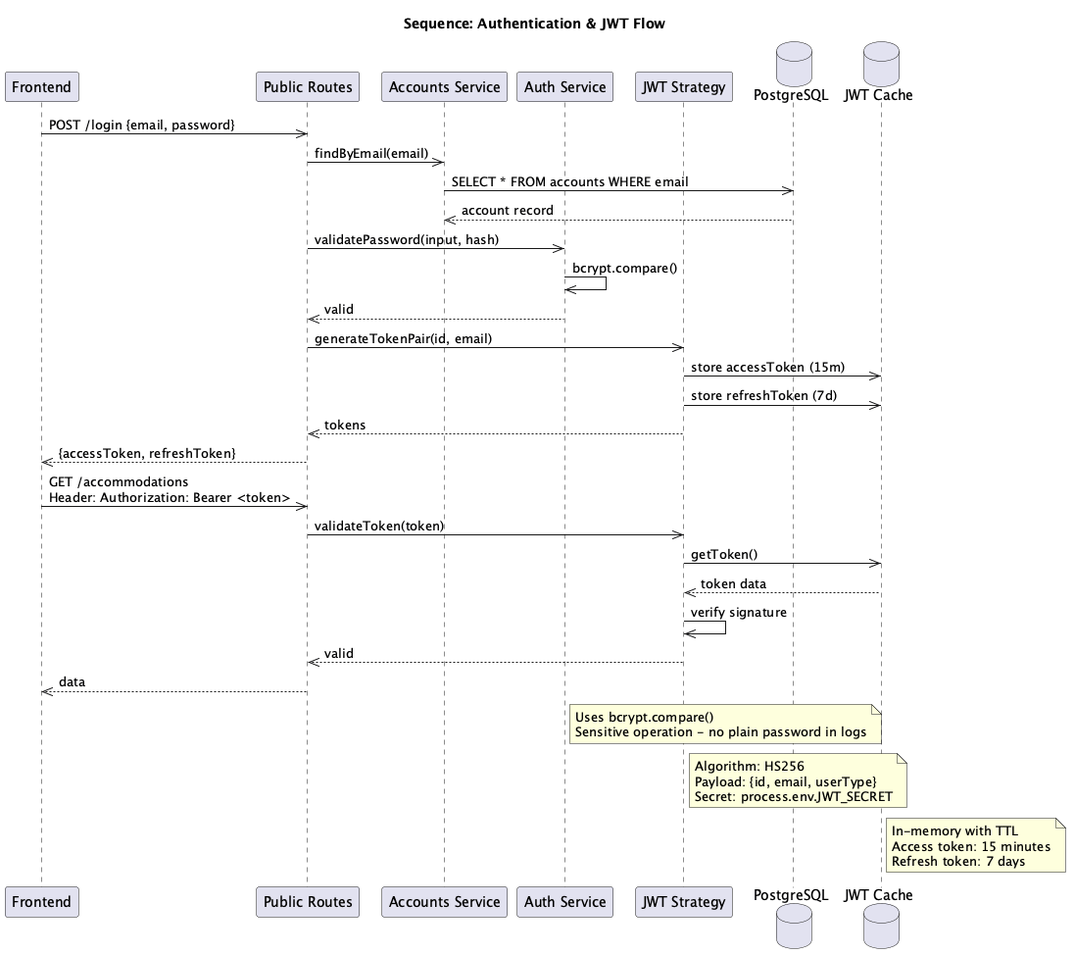
The PlantUML diagram docs/diagrams/png/component-auth-sessions.png in alegna83/cookbook-be, before a commit.
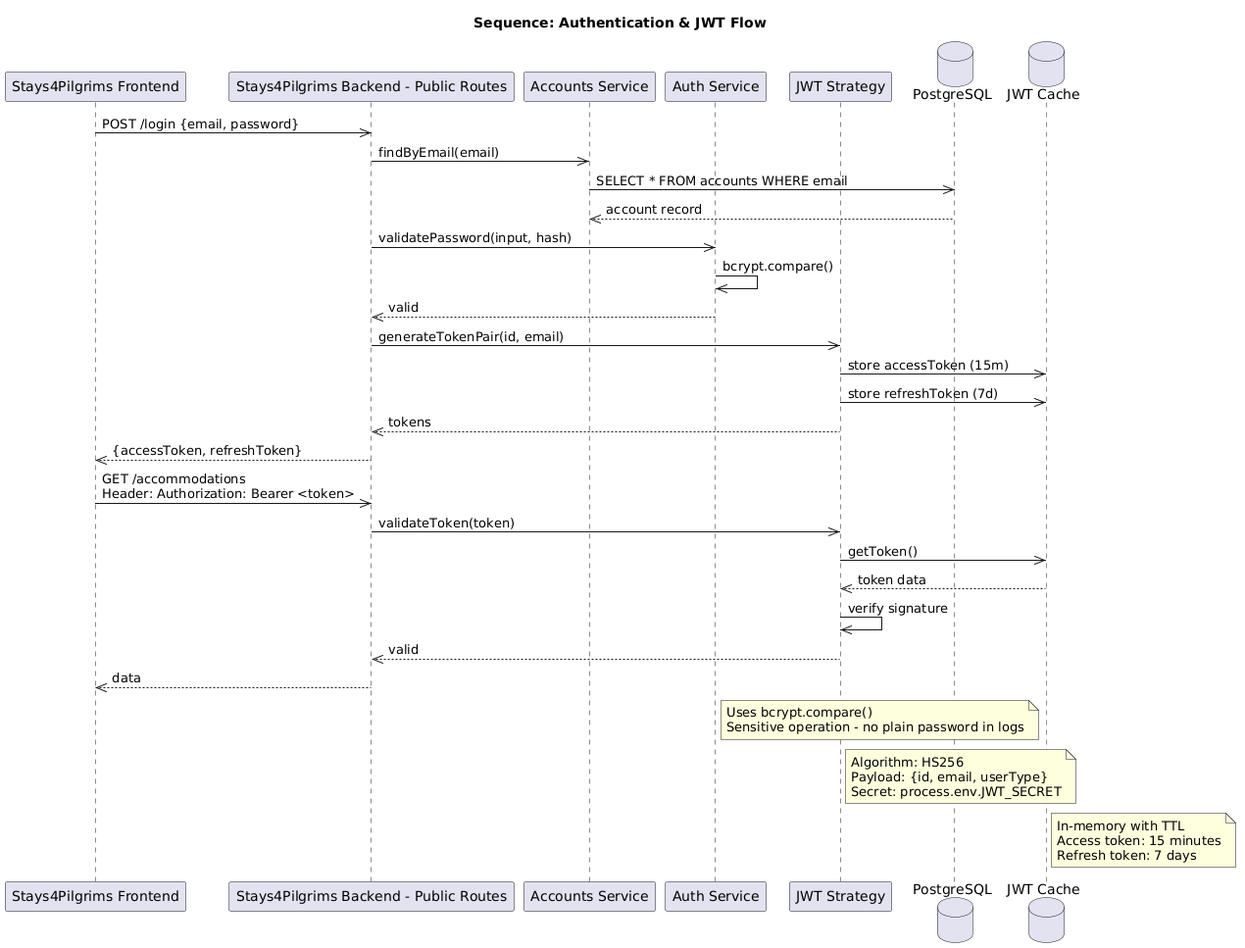
After the commit.

Diff of the diagram source:
```diff
@@ -1,8 +1,8 @@
 @startuml
 title Sequence: Authentication & JWT Flow
 
-participant "Frontend" as FE
-participant "Public Routes" as ROUTES
+participant "Stays4Pilgrims Frontend" as FE
+participant "Stays4Pilgrims Backend - Public Routes" as ROUTES
 participant "Accounts Service" as ACC_SVC
 participant "Auth Service" as AUTH_SVC
 participant "JWT Strategy" as JWT
```
